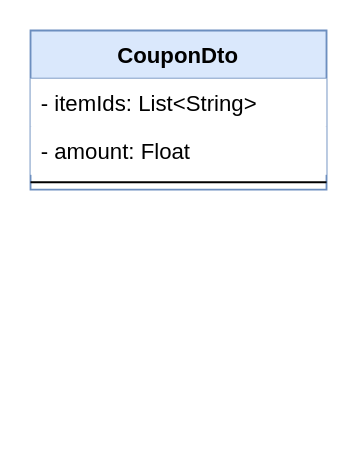
The draw.io diagram page "Dominio" (1 of 2) of doc/diagrama-uml.drawio in jcmc1998/coupon, before the edit. Source tidied: cells renumbered, new cells numbered last; positions are measured from the earlier drawing's top-left corner, leaving out a move shared by most shapes. Both pictures are drawn from the tidied source at 185%, with x=0, y=0 at pixel (30, 30).
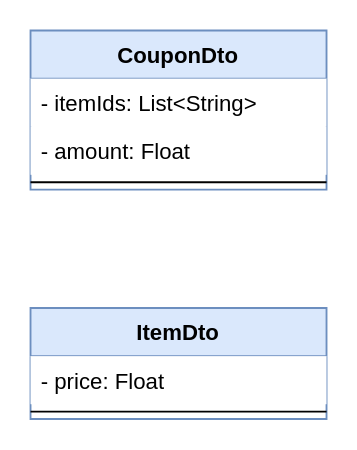
The same diagram, later.

Change to the diagram source:
```diff
@@
 <mxGraphModel>
   <root>
     <mxCell id="0" />
     <mxCell id="1" parent="0" />
     <mxCell id="2" value="CouponDto" style="swimlane;fontStyle=1;align=center;verticalAlign=top;horizontal=1;startSize=26;fillColor=#dae8fc;strokeColor=#6c8ebf;" parent="1" vertex="1">
       <mxGeometry width="160" height="86" as="geometry" />
     </mxCell>
     <mxCell id="3" value="- itemIds: List&lt;String&gt;&#10;" style="text;strokeColor=none;fillColor=#ffffff;align=left;verticalAlign=top;spacingLeft=4;spacingRight=4;overflow=hidden;" parent="2" vertex="1">
       <mxGeometry y="26" width="160" height="26" as="geometry" />
     </mxCell>
     <mxCell id="4" value="- amount: Float&#10;" style="text;strokeColor=none;fillColor=#ffffff;align=left;verticalAlign=top;spacingLeft=4;spacingRight=4;overflow=hidden;" parent="2" vertex="1">
       <mxGeometry y="52" width="160" height="26" as="geometry" />
     </mxCell>
     <mxCell id="5" style="line;strokeWidth=1;fillColor=none;align=left;verticalAlign=middle;spacingTop=-1;spacingLeft=3;spacingRight=3;labelPosition=right;" parent="2" vertex="1">
       <mxGeometry y="78" width="160" height="8" as="geometry" />
     </mxCell>
+    <mxCell id="6" value="ItemDto" style="swimlane;fontStyle=1;align=center;verticalAlign=top;horizontal=1;startSize=26;fillColor=#dae8fc;strokeColor=#6c8ebf;" parent="1" vertex="1">
+      <mxGeometry y="150" width="160" height="60" as="geometry" />
+    </mxCell>
+    <mxCell id="7" value="- price: Float&#10;" style="text;strokeColor=none;fillColor=#ffffff;align=left;verticalAlign=top;spacingLeft=4;spacingRight=4;overflow=hidden;" parent="6" vertex="1">
+      <mxGeometry y="26" width="160" height="26" as="geometry" />
+    </mxCell>
+    <mxCell id="8" style="line;strokeWidth=1;fillColor=none;align=left;verticalAlign=middle;spacingTop=-1;spacingLeft=3;spacingRight=3;labelPosition=right;" parent="6" vertex="1">
+      <mxGeometry y="52" width="160" height="8" as="geometry" />
+    </mxCell>
   </root>
 </mxGraphModel>
```
